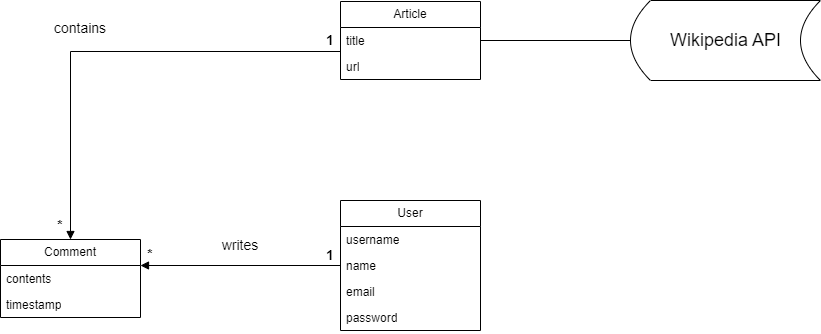
This is images/DomainModel.png from sirkotal/linkpedia, a draw.io export, as it was before one commit. Source tidied: cells renumbered, new cells last; positions are measured from the earlier drawing's top-left corner, leaving out a move shared by most shapes.
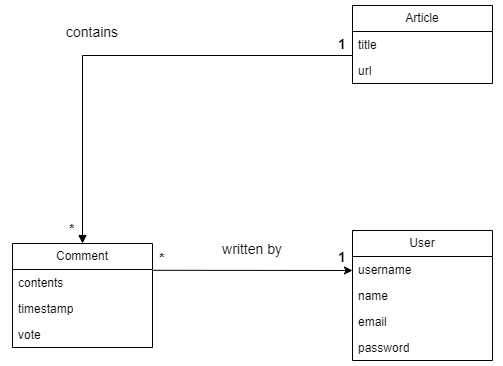
The same diagram one commit later.

Commit message:
Updated the project's Domain Model

The edit, as a diff of the source:
```diff
@@ -3,7 +3,7 @@
     <mxCell id="0" />
     <mxCell id="1" parent="0" />
     <mxCell id="2" value="User" style="swimlane;fontStyle=0;horizontal=1;startSize=26;fillColor=none;whiteSpace=wrap;html=1;" parent="1" vertex="1">
-      <mxGeometry x="340" y="200" width="140" height="130" as="geometry" />
+      <mxGeometry x="340" y="226" width="140" height="130" as="geometry" />
     </mxCell>
     <mxCell id="3" value="username" style="text;strokeColor=none;fillColor=none;align=left;verticalAlign=top;spacingLeft=4;spacingRight=4;overflow=hidden;whiteSpace=wrap;html=1;" parent="2" vertex="1">
       <mxGeometry y="26" width="140" height="26" as="geometry" />
@@ -26,14 +26,8 @@
     <mxCell id="9" value="url" style="text;strokeColor=none;fillColor=none;align=left;verticalAlign=top;spacingLeft=4;spacingRight=4;overflow=hidden;whiteSpace=wrap;html=1;" parent="7" vertex="1">
       <mxGeometry y="52" width="140" height="26" as="geometry" />
     </mxCell>
-    <mxCell id="10" style="shape=dataStorage;whiteSpace=wrap;html=1;fixedSize=1;" parent="1" vertex="1">
-      <mxGeometry x="630" width="190" height="80" as="geometry" />
-    </mxCell>
-    <mxCell id="11" value="&lt;font style=&quot;font-size: 18px;&quot;&gt;Wikipedia API&lt;/font&gt;" style="text;html=1;strokeColor=none;fillColor=none;align=center;verticalAlign=middle;whiteSpace=wrap;rounded=0;" parent="1" vertex="1">
-      <mxGeometry x="658.8" y="12.5" width="132.5" height="55" as="geometry" />
-    </mxCell>
     <mxCell id="12" value="Comment" style="swimlane;fontStyle=0;horizontal=1;startSize=26;fillColor=none;whiteSpace=wrap;html=1;" parent="1" vertex="1">
-      <mxGeometry y="239" width="140" height="78" as="geometry" />
+      <mxGeometry y="239" width="140" height="104" as="geometry" />
     </mxCell>
     <mxCell id="13" value="contents" style="text;strokeColor=none;fillColor=none;align=left;verticalAlign=top;spacingLeft=4;spacingRight=4;overflow=hidden;whiteSpace=wrap;html=1;" parent="12" vertex="1">
       <mxGeometry y="26" width="140" height="26" as="geometry" />
@@ -41,19 +35,14 @@
     <mxCell id="14" value="timestamp" style="text;strokeColor=none;fillColor=none;align=left;verticalAlign=top;spacingLeft=4;spacingRight=4;overflow=hidden;whiteSpace=wrap;html=1;" parent="12" vertex="1">
       <mxGeometry y="52" width="140" height="26" as="geometry" />
     </mxCell>
-    <mxCell id="15" style="endArrow=block;endFill=1;html=1;edgeStyle=orthogonalEdgeStyle;align=left;verticalAlign=top;rounded=0;exitX=0;exitY=0.5;exitDx=0;exitDy=0;" parent="1" edge="1" source="4">
-      <mxGeometry x="-1" relative="1" as="geometry">
-        <mxPoint x="140" y="265" as="targetPoint" />
-      </mxGeometry>
-    </mxCell>
+    <mxCell id="24" value="vote" style="text;strokeColor=none;fillColor=none;align=left;verticalAlign=top;spacingLeft=4;spacingRight=4;overflow=hidden;whiteSpace=wrap;html=1;" parent="12" vertex="1">
+      <mxGeometry y="78" width="140" height="26" as="geometry" />
+    </mxCell>
     <mxCell id="16" style="endArrow=block;endFill=1;html=1;edgeStyle=orthogonalEdgeStyle;align=left;verticalAlign=top;rounded=0;entryX=0.5;entryY=0;entryDx=0;entryDy=0;exitX=-0.001;exitY=0.923;exitDx=0;exitDy=0;exitPerimeter=0;" parent="1" edge="1" source="8" target="12">
       <mxGeometry x="-1" relative="1" as="geometry" />
     </mxCell>
-    <mxCell id="17" style="endArrow=none;html=1;rounded=0;entryX=0;entryY=0.5;entryDx=0;entryDy=0;exitX=1;exitY=0.5;exitDx=0;exitDy=0;" parent="1" edge="1" source="8" target="10">
-      <mxGeometry relative="1" as="geometry" />
-    </mxCell>
     <mxCell id="18" value="&lt;b&gt;&lt;font style=&quot;font-size: 14px;&quot;&gt;1&lt;/font&gt;&lt;/b&gt;" style="text;html=1;strokeColor=none;fillColor=none;align=center;verticalAlign=middle;whiteSpace=wrap;rounded=0;" parent="1" vertex="1">
-      <mxGeometry x="300" y="240" width="60" height="30" as="geometry" />
+      <mxGeometry x="300" y="238" width="60" height="30" as="geometry" />
     </mxCell>
     <mxCell id="19" value="&lt;b&gt;&lt;font style=&quot;font-size: 14px;&quot;&gt;*&lt;/font&gt;&lt;/b&gt;" style="text;html=1;strokeColor=none;fillColor=none;align=center;verticalAlign=middle;whiteSpace=wrap;rounded=0;" parent="1" vertex="1">
       <mxGeometry x="120" y="239" width="60" height="30" as="geometry" />
@@ -64,11 +53,17 @@
     <mxCell id="21" value="&lt;font style=&quot;font-size: 14px;&quot;&gt;&lt;b&gt;*&lt;/b&gt;&lt;/font&gt;" style="text;html=1;strokeColor=none;fillColor=none;align=center;verticalAlign=middle;whiteSpace=wrap;rounded=0;" parent="1" vertex="1">
       <mxGeometry x="30" y="210" width="60" height="30" as="geometry" />
     </mxCell>
-    <mxCell id="22" value="&lt;font style=&quot;font-size: 14px;&quot;&gt;writes&lt;/font&gt;" style="text;html=1;strokeColor=none;fillColor=none;align=center;verticalAlign=middle;whiteSpace=wrap;rounded=0;" parent="1" vertex="1">
-      <mxGeometry x="210" y="230" width="60" height="30" as="geometry" />
+    <mxCell id="22" value="&lt;font style=&quot;font-size: 14px;&quot;&gt;written by&lt;/font&gt;" style="text;html=1;strokeColor=none;fillColor=none;align=center;verticalAlign=middle;whiteSpace=wrap;rounded=0;" parent="1" vertex="1">
+      <mxGeometry x="200" y="230" width="80" height="30" as="geometry" />
     </mxCell>
     <mxCell id="23" value="&lt;font style=&quot;font-size: 14px;&quot;&gt;contains&lt;/font&gt;" style="text;html=1;strokeColor=none;fillColor=none;align=center;verticalAlign=middle;whiteSpace=wrap;rounded=0;" parent="1" vertex="1">
       <mxGeometry x="50" y="12.5" width="60" height="30" as="geometry" />
     </mxCell>
+    <mxCell id="25" style="endArrow=classic;html=1;rounded=0;exitX=0.999;exitY=-0.046;exitDx=0;exitDy=0;exitPerimeter=0;" parent="1" edge="1">
+      <mxGeometry relative="1" as="geometry">
+        <mxPoint x="139.9" y="265.8" as="sourcePoint" />
+        <mxPoint x="340" y="266" as="targetPoint" />
+      </mxGeometry>
+    </mxCell>
   </root>
 </mxGraphModel>
```
